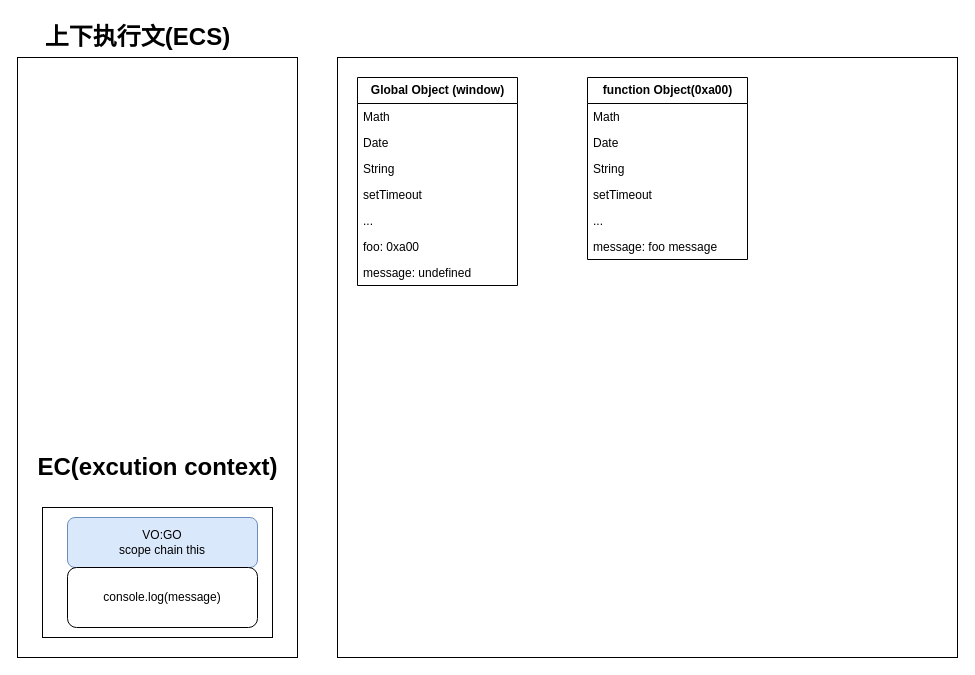
chenjiaweizzZ/h5-css-js keeps this draw.io diagram as draw/02_函数变量的寻找过程.dio. Above is the earlier version. Source tidied: cells renumbered, new cells numbered last; positions are measured from the earlier drawing's top-left corner, leaving out a move shared by most shapes. Both pictures are drawn from the tidied source at 100%, with x=0, y=0 at pixel (17, 17).
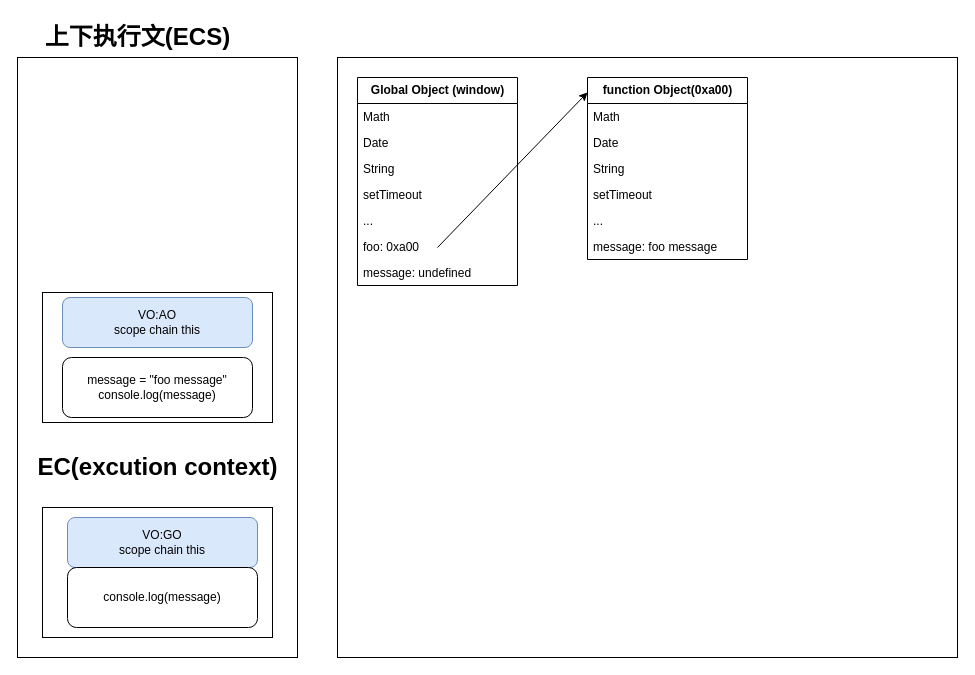
After the change.

Unchanged cells that the change refers to:
```xml
<mxCell id="9" value="&lt;span style=&quot;font-weight: 700;&quot;&gt;Global Object (window)&lt;/span&gt;" style="swimlane;fontStyle=0;horizontal=1;startSize=26;fillColor=none;html=1;" parent="1" vertex="1">
  <mxGeometry x="340" y="60" width="160" height="208" as="geometry" />
</mxCell>
<mxCell id="17" value="&lt;b&gt;function Object(0xa00)&lt;/b&gt;" style="swimlane;fontStyle=0;horizontal=1;startSize=26;fillColor=none;html=1;" parent="1" vertex="1">
  <mxGeometry x="570" y="60" width="160" height="182" as="geometry" />
</mxCell>
```

What changed in the source:
```diff
@@
+    <mxCell id="24" style="endArrow=classic;html=1;entryX=0;entryY=0.082;entryDx=0;entryDy=0;entryPerimeter=0;" parent="9" edge="1" target="17">
+      <mxGeometry relative="1" as="geometry">
+        <mxPoint x="80" y="170" as="sourcePoint" />
+      </mxGeometry>
+    </mxCell>
@@
+    <mxCell id="25" style="rounded=0;whiteSpace=wrap;html=1;" parent="1" vertex="1">
+      <mxGeometry x="25" y="275" width="230" height="130" as="geometry" />
+    </mxCell>
+    <mxCell id="26" value="VO:AO&lt;br&gt;scope chain this" style="rounded=1;whiteSpace=wrap;html=1;fillColor=#dae8fc;strokeColor=#6c8ebf;" parent="1" vertex="1">
+      <mxGeometry x="45" y="280" width="190" height="50" as="geometry" />
+    </mxCell>
+    <mxCell id="27" value="message = &quot;foo message&quot;&lt;br&gt;console.log(message)" style="rounded=1;whiteSpace=wrap;html=1;" parent="1" vertex="1">
+      <mxGeometry x="45" y="340" width="190" height="60" as="geometry" />
+    </mxCell>
```
